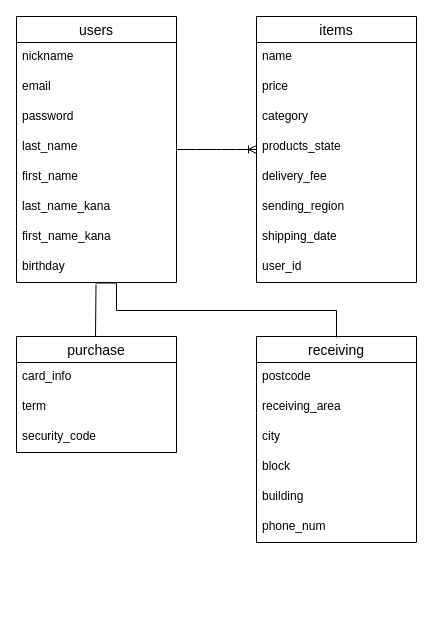
Above: furima.dio in sho1999/furima-32340 (draw.io), before the change. Source tidied: cells renumbered, new cells numbered last; positions are measured from the earlier drawing's top-left corner, leaving out a move shared by most shapes. Both pictures are drawn from the tidied source at 100%, with x=0, y=0 at pixel (16, 16).
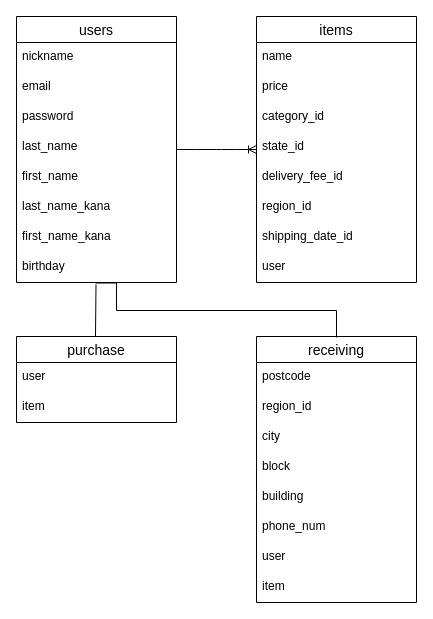
Above is the later version.

Commit message (it also covers changes not shown here):
データベース修正2

・誕生日をdate型に
→年、月、日を１つで指定できるため
・商品の状態, 配送料の負担, 発送元の地域, 発送までの日数, カテゴリーのカラムはactive_hasuを使うためデータ型はintegarにする

The change refers to these unchanged cells:
```xml
<mxCell id="11" value="items" style="swimlane;fontStyle=0;horizontal=1;startSize=26;align=center;fontSize=14;" parent="1" vertex="1">
  <mxGeometry x="240" width="160" height="266" as="geometry" />
</mxCell>
```

Diff of the diagram source:
```diff
@@
-    <mxCell id="14" value="category" style="text;strokeColor=none;fillColor=none;spacingLeft=4;spacingRight=4;overflow=hidden;fontSize=12;" parent="11" vertex="1">
+    <mxCell id="14" value="category_id" style="text;strokeColor=none;fillColor=none;spacingLeft=4;spacingRight=4;overflow=hidden;fontSize=12;" parent="11" vertex="1">
       <mxGeometry y="86" width="160" height="30" as="geometry" />
     </mxCell>
-    <mxCell id="15" value="products_state" style="text;strokeColor=none;fillColor=none;spacingLeft=4;spacingRight=4;overflow=hidden;fontSize=12;" parent="11" vertex="1">
+    <mxCell id="15" value="state_id" style="text;strokeColor=none;fillColor=none;spacingLeft=4;spacingRight=4;overflow=hidden;fontSize=12;" parent="11" vertex="1">
       <mxGeometry y="116" width="160" height="30" as="geometry" />
     </mxCell>
-    <mxCell id="16" value="delivery_fee&#10;" style="text;strokeColor=none;fillColor=none;spacingLeft=4;spacingRight=4;overflow=hidden;fontSize=12;" parent="11" vertex="1">
+    <mxCell id="16" value="delivery_fee_id&#10;" style="text;strokeColor=none;fillColor=none;spacingLeft=4;spacingRight=4;overflow=hidden;fontSize=12;" parent="11" vertex="1">
       <mxGeometry y="146" width="160" height="30" as="geometry" />
     </mxCell>
-    <mxCell id="17" value="sending_region" style="text;strokeColor=none;fillColor=none;spacingLeft=4;spacingRight=4;overflow=hidden;fontSize=12;" parent="11" vertex="1">
+    <mxCell id="17" value="region_id" style="text;strokeColor=none;fillColor=none;spacingLeft=4;spacingRight=4;overflow=hidden;fontSize=12;" parent="11" vertex="1">
       <mxGeometry y="176" width="160" height="30" as="geometry" />
     </mxCell>
-    <mxCell id="18" value="shipping_date" style="text;strokeColor=none;fillColor=none;spacingLeft=4;spacingRight=4;overflow=hidden;fontSize=12;" parent="11" vertex="1">
+    <mxCell id="18" value="shipping_date_id" style="text;strokeColor=none;fillColor=none;spacingLeft=4;spacingRight=4;overflow=hidden;fontSize=12;" parent="11" vertex="1">
       <mxGeometry y="206" width="160" height="30" as="geometry" />
     </mxCell>
-    <mxCell id="19" value="user_id" style="text;strokeColor=none;fillColor=none;spacingLeft=4;spacingRight=4;overflow=hidden;fontSize=12;" parent="11" vertex="1">
+    <mxCell id="19" value="user" style="text;strokeColor=none;fillColor=none;spacingLeft=4;spacingRight=4;overflow=hidden;fontSize=12;" parent="11" vertex="1">
       <mxGeometry y="236" width="160" height="30" as="geometry" />
     </mxCell>
     <mxCell id="20" value="purchase" style="swimlane;fontStyle=0;horizontal=1;startSize=26;align=center;fontSize=14;" parent="1" vertex="1">
-      <mxGeometry y="320" width="160" height="116" as="geometry" />
+      <mxGeometry y="320" width="160" height="86" as="geometry" />
     </mxCell>
-    <mxCell id="21" value="card_info" style="text;strokeColor=none;fillColor=none;spacingLeft=4;spacingRight=4;overflow=hidden;fontSize=12;" parent="20" vertex="1">
-      <mxGeometry y="26" width="160" height="30" as="geometry" />
-    </mxCell>
-    <mxCell id="22" value="term" style="text;strokeColor=none;fillColor=none;spacingLeft=4;spacingRight=4;overflow=hidden;fontSize=12;" parent="20" vertex="1">
-      <mxGeometry y="56" width="160" height="30" as="geometry" />
-    </mxCell>
-    <mxCell id="23" value="security_code" style="text;strokeColor=none;fillColor=none;spacingLeft=4;spacingRight=4;overflow=hidden;fontSize=12;" parent="20" vertex="1">
-      <mxGeometry y="86" width="160" height="30" as="geometry" />
-    </mxCell>
+    <mxCell id="34" value="user" style="text;strokeColor=none;fillColor=none;spacingLeft=4;spacingRight=4;overflow=hidden;fontSize=12;" parent="20" vertex="1">
+      <mxGeometry y="26" width="160" height="30" as="geometry" />
+    </mxCell>
+    <mxCell id="35" value="item" style="text;strokeColor=none;fillColor=none;spacingLeft=4;spacingRight=4;overflow=hidden;fontSize=12;" parent="20" vertex="1">
+      <mxGeometry y="56" width="160" height="30" as="geometry" />
+    </mxCell>
     <mxCell id="24" value="receiving" style="swimlane;fontStyle=0;horizontal=1;startSize=26;align=center;fontSize=14;" parent="1" vertex="1">
-      <mxGeometry x="240" y="320" width="160" height="206" as="geometry" />
+      <mxGeometry x="240" y="320" width="160" height="266" as="geometry" />
     </mxCell>
@@
-    <mxCell id="26" value="receiving_area" style="text;strokeColor=none;fillColor=none;spacingLeft=4;spacingRight=4;overflow=hidden;fontSize=12;" parent="24" vertex="1">
+    <mxCell id="26" value="region_id" style="text;strokeColor=none;fillColor=none;spacingLeft=4;spacingRight=4;overflow=hidden;fontSize=12;" parent="24" vertex="1">
       <mxGeometry y="56" width="160" height="30" as="geometry" />
     </mxCell>
@@
+    <mxCell id="36" value="user" style="text;strokeColor=none;fillColor=none;spacingLeft=4;spacingRight=4;overflow=hidden;fontSize=12;" parent="24" vertex="1">
+      <mxGeometry y="206" width="160" height="30" as="geometry" />
+    </mxCell>
+    <mxCell id="37" value="item" style="text;strokeColor=none;fillColor=none;spacingLeft=4;spacingRight=4;overflow=hidden;fontSize=12;" parent="24" vertex="1">
+      <mxGeometry y="236" width="160" height="30" as="geometry" />
+    </mxCell>
```
